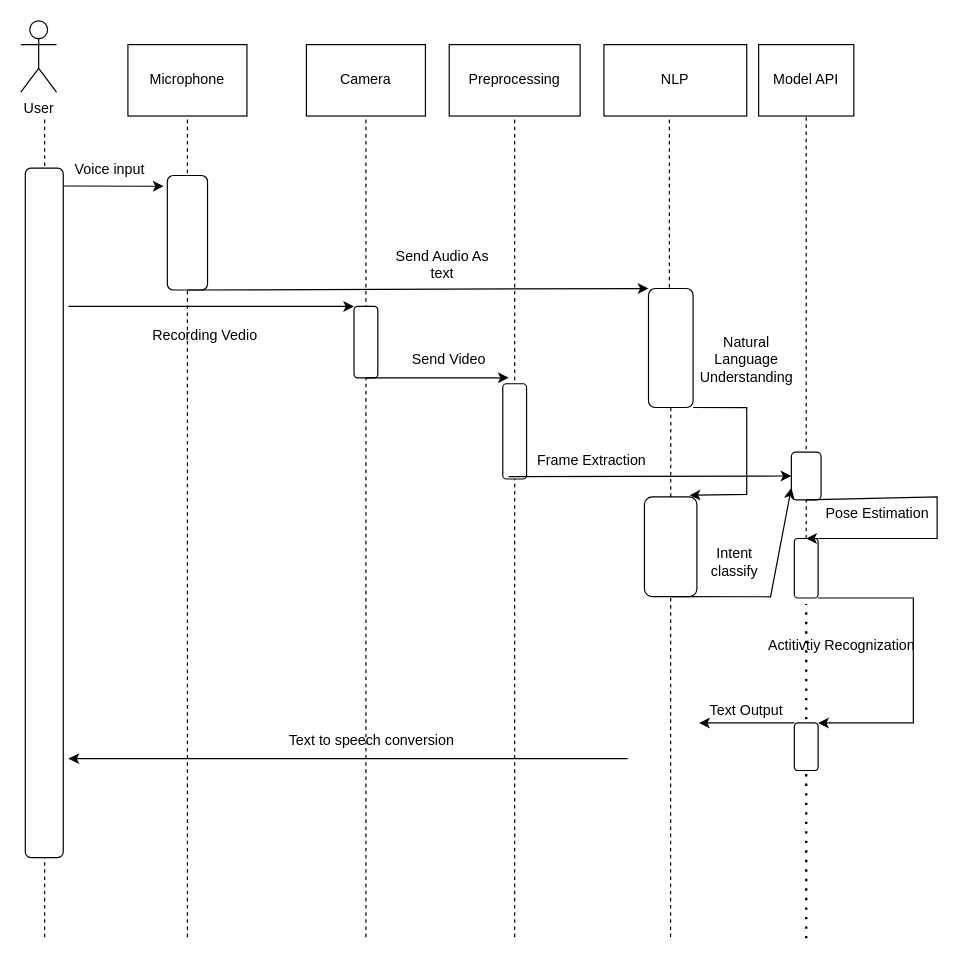
ahmad2001hotmailyahoo/ahmad-arc keeps this draw.io diagram as SequenceDaigram.drawio. Above is the earlier version. Source tidied: cells renumbered, new cells numbered last; positions are measured from the earlier drawing's top-left corner, leaving out a move shared by most shapes. Both pictures are drawn from the tidied source at 119%, with x=0, y=0 at pixel (-301, 20).
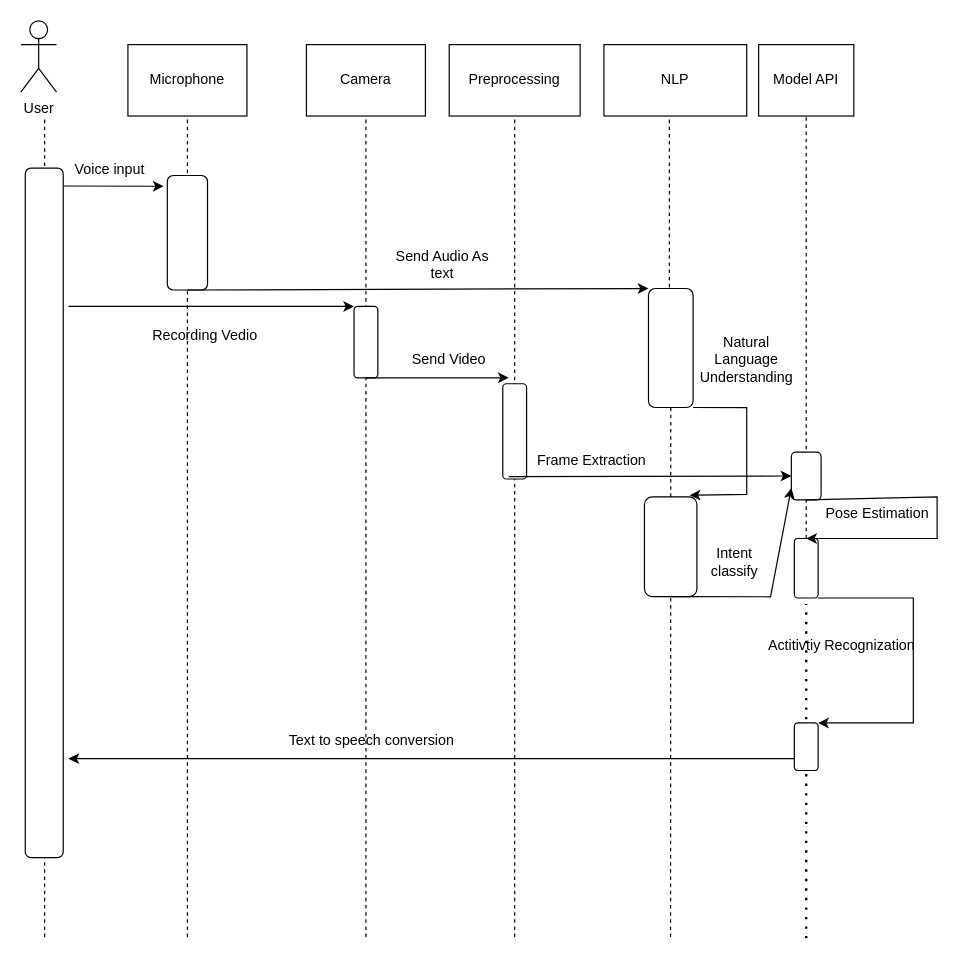
The same page after the edit.

Unchanged cells that the change refers to:
```xml
<mxCell id="40" style="rounded=1;whiteSpace=wrap;html=1;rotation=-180;direction=south;" parent="1" vertex="1">
  <mxGeometry x="920" y="590" width="20" height="40" as="geometry" />
</mxCell>
```

Diff of the diagram source:
```diff
@@
-    <mxCell id="24" value="Text Output" style="text;html=1;strokeColor=none;fillColor=none;align=center;verticalAlign=middle;whiteSpace=wrap;rounded=0;" parent="1" vertex="1">
-      <mxGeometry x="830" y="565" width="100" height="30" as="geometry" />
-    </mxCell>
@@
-    <mxCell id="41" style="endArrow=classic;html=1;rounded=0;exitX=1;exitY=0;exitDx=0;exitDy=0;" parent="1" edge="1" source="40">
-      <mxGeometry relative="1" as="geometry">
-        <mxPoint x="840" y="590" as="targetPoint" />
-      </mxGeometry>
-    </mxCell>
-    <mxCell id="42" style="endArrow=classic;html=1;rounded=0;" parent="1" edge="1">
+    <mxCell id="42" style="endArrow=classic;html=1;rounded=0;exitX=0.25;exitY=0;exitDx=0;exitDy=0;" parent="1" edge="1" source="40">
       <mxGeometry relative="1" as="geometry">
-        <mxPoint x="780" y="620" as="sourcePoint" />
         <mxPoint x="310" y="620" as="targetPoint" />
       </mxGeometry>
     </mxCell>
```
